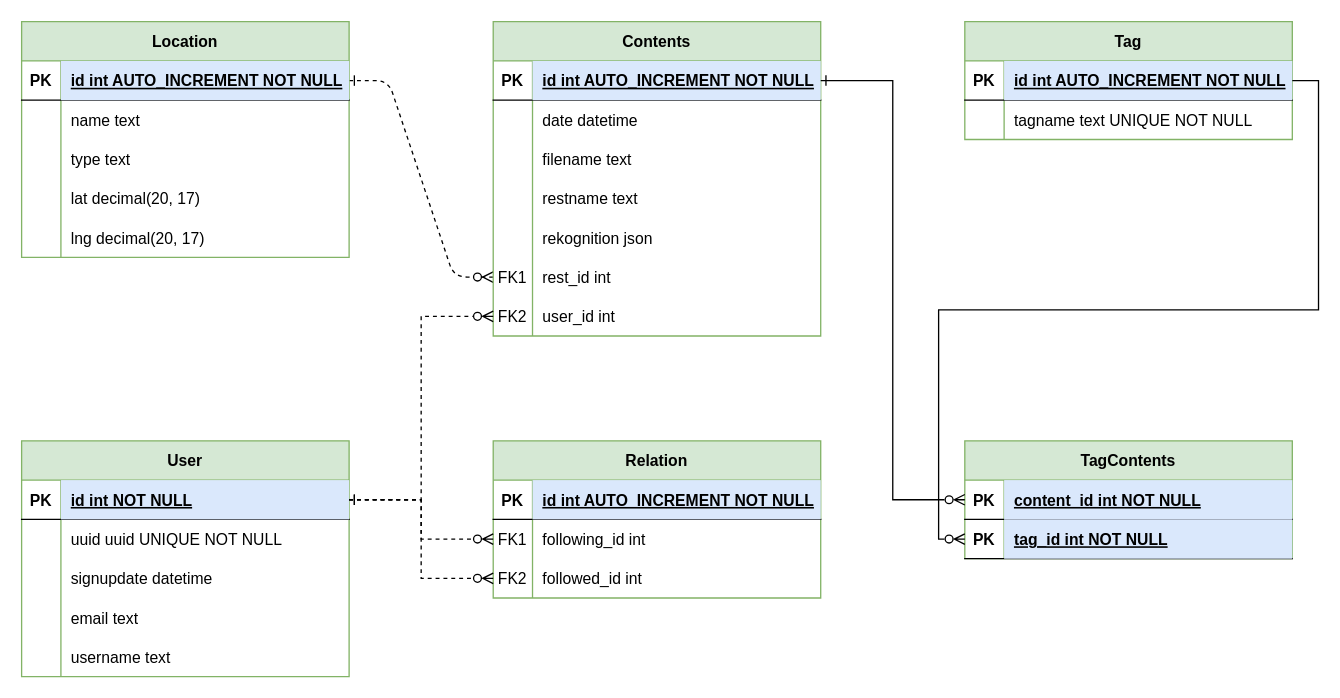
Before: Entity Relation Diagram.drawio in flavor-us/backend, a draw.io diagram. Source tidied: cells renumbered, new cells numbered last; positions are measured from the earlier drawing's top-left corner, leaving out a move shared by most shapes. Both pictures are drawn from the tidied source at 131%, with x=0, y=0 at pixel (21, 21).
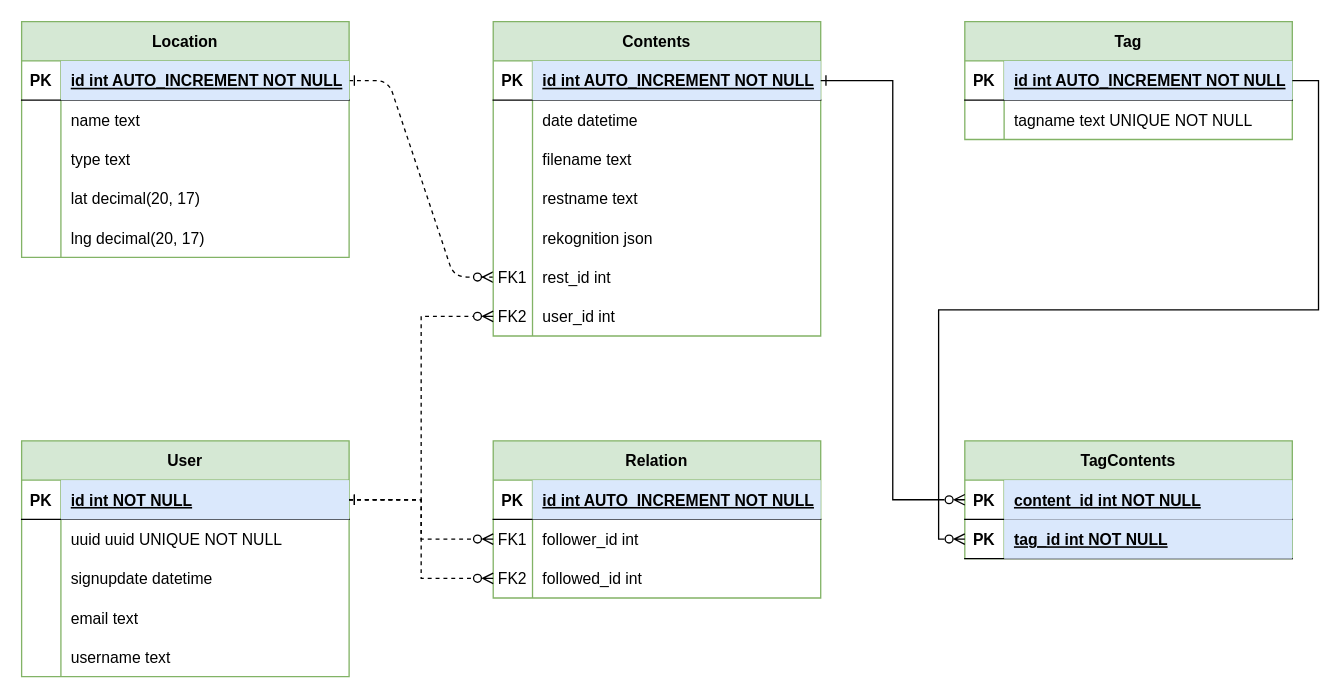
The same page after the edit.

The change refers to these unchanged cells:
```xml
<mxCell id="75" style="shape=partialRectangle;fillColor=none;top=0;left=0;bottom=0;right=0;points=[[0,0.5],[1,0.5]];portConstraint=eastwest;" parent="71" vertex="1">
  <mxGeometry y="60" width="250" height="30" as="geometry" />
</mxCell>
```

What changed in the source:
```diff
@@
-    <mxCell id="77" value="following_id int" style="shape=partialRectangle;fillColor=none;top=0;left=0;bottom=0;right=0;align=left;spacingLeft=6;overflow=hidden;" parent="75" vertex="1">
+    <mxCell id="77" value="follower_id int" style="shape=partialRectangle;fillColor=none;top=0;left=0;bottom=0;right=0;align=left;spacingLeft=6;overflow=hidden;" parent="75" vertex="1">
       <mxGeometry x="30" width="220" height="30" as="geometry" />
     </mxCell>
```
